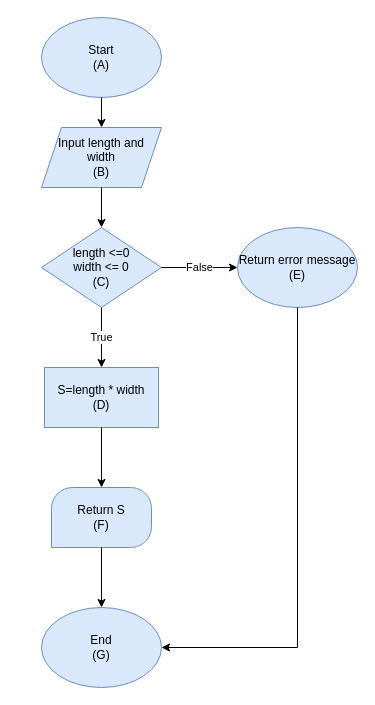
ChuTu15/kiemthu keeps this draw.io diagram as kiemthudongdieukien/CFP.drawio. Above is the earlier version. Source tidied: cells renumbered, new cells numbered last; positions are measured from the earlier drawing's top-left corner, leaving out a move shared by most shapes. Both pictures are drawn from the tidied source at 100%, with x=0, y=0 at pixel (41, 17).
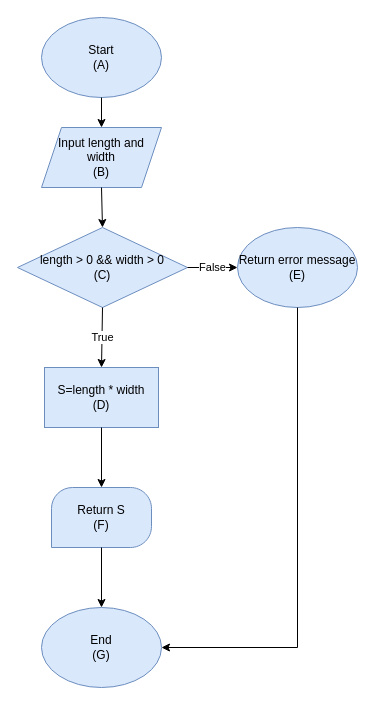
The same diagram, later.

The edit, as a diff of the source:
```diff
@@
 <mxGraphModel>
   <root>
     <mxCell id="0" />
     <mxCell id="1" parent="0" />
     <mxCell id="2" value="Start&lt;br&gt;(A)" style="ellipse;whiteSpace=wrap;html=1;fillColor=#dae8fc;strokeColor=#6c8ebf;" parent="1" vertex="1">
       <mxGeometry width="120" height="80" as="geometry" />
     </mxCell>
     <mxCell id="3" value="Input length and&lt;br&gt;width&lt;br&gt;(B)" style="shape=parallelogram;perimeter=parallelogramPerimeter;whiteSpace=wrap;html=1;fixedSize=1;fillColor=#dae8fc;strokeColor=#6c8ebf;" parent="1" vertex="1">
       <mxGeometry y="110" width="120" height="60" as="geometry" />
     </mxCell>
     <mxCell id="4" style="endArrow=classic;html=1;rounded=0;exitX=0.5;exitY=1;exitDx=0;exitDy=0;entryX=0.5;entryY=0;entryDx=0;entryDy=0;" parent="1" edge="1" source="2" target="3">
       <mxGeometry relative="1" as="geometry" />
     </mxCell>
-    <mxCell id="5" value="length &amp;lt;=0&lt;br&gt;width &amp;lt;= 0&lt;br&gt;(C)" style="rhombus;whiteSpace=wrap;html=1;fillColor=#dae8fc;strokeColor=#6c8ebf;" parent="1" vertex="1">
-      <mxGeometry y="210" width="120" height="80" as="geometry" />
+    <mxCell id="5" value="length &amp;gt; 0 &amp;amp;&amp;amp; width &amp;gt; 0&lt;br&gt;(C)" style="rhombus;whiteSpace=wrap;html=1;fillColor=#dae8fc;strokeColor=#6c8ebf;" parent="1" vertex="1">
+      <mxGeometry x="-24" y="210" width="170" height="80" as="geometry" />
     </mxCell>
     <mxCell id="6" style="endArrow=classic;html=1;rounded=0;exitX=0.5;exitY=1;exitDx=0;exitDy=0;entryX=0.5;entryY=0;entryDx=0;entryDy=0;" parent="1" edge="1" source="3" target="5">
       <mxGeometry relative="1" as="geometry" />
     </mxCell>
     <mxCell id="7" value="False" style="endArrow=classic;html=1;rounded=0;exitX=1;exitY=0.5;exitDx=0;exitDy=0;" parent="1" edge="1" source="5" target="8">
       <mxGeometry relative="1" as="geometry" />
     </mxCell>
     <mxCell id="8" value="Return error message&lt;br&gt;(E)" style="ellipse;whiteSpace=wrap;html=1;fillColor=#dae8fc;strokeColor=#6c8ebf;" parent="1" vertex="1">
       <mxGeometry x="196" y="210" width="120" height="80" as="geometry" />
     </mxCell>
     <mxCell id="9" value="True" style="endArrow=classic;html=1;rounded=0;exitX=0.5;exitY=1;exitDx=0;exitDy=0;entryX=0.5;entryY=0;entryDx=0;entryDy=0;" parent="1" edge="1" source="5" target="10">
       <mxGeometry relative="1" as="geometry" />
     </mxCell>
     <mxCell id="10" value="S=length * width&lt;br&gt;(D)" style="rounded=0;whiteSpace=wrap;html=1;fillColor=#dae8fc;strokeColor=#6c8ebf;" parent="1" vertex="1">
       <mxGeometry x="3" y="350" width="114" height="60" as="geometry" />
     </mxCell>
     <mxCell id="11" value="Return S&lt;br&gt;(F)" style="verticalLabelPosition=middle;verticalAlign=middle;html=1;shape=mxgraph.basic.three_corner_round_rect;dx=10.48;whiteSpace=wrap;fillColor=#dae8fc;strokeColor=#6c8ebf;labelPosition=center;align=center;" parent="1" vertex="1">
       <mxGeometry x="10" y="470" width="100" height="60" as="geometry" />
     </mxCell>
     <mxCell id="12" style="endArrow=classic;html=1;rounded=0;exitX=0.5;exitY=1;exitDx=0;exitDy=0;entryX=0.5;entryY=0;entryDx=0;entryDy=0;entryPerimeter=0;" parent="1" edge="1" source="10" target="11">
       <mxGeometry relative="1" as="geometry" />
     </mxCell>
     <mxCell id="13" value="End&lt;br&gt;(G)" style="ellipse;whiteSpace=wrap;html=1;fillColor=#dae8fc;strokeColor=#6c8ebf;" parent="1" vertex="1">
       <mxGeometry y="590" width="120" height="80" as="geometry" />
     </mxCell>
     <mxCell id="14" style="endArrow=classic;html=1;rounded=0;exitX=0.5;exitY=1;exitDx=0;exitDy=0;exitPerimeter=0;entryX=0.5;entryY=0;entryDx=0;entryDy=0;" parent="1" edge="1" source="11" target="13">
       <mxGeometry relative="1" as="geometry" />
     </mxCell>
     <mxCell id="15" style="endArrow=classic;html=1;rounded=0;exitX=0.5;exitY=1;exitDx=0;exitDy=0;entryX=1;entryY=0.5;entryDx=0;entryDy=0;" parent="1" edge="1" source="8" target="13">
       <mxGeometry relative="1" as="geometry">
         <Array as="points">
           <mxPoint x="256" y="630" />
         </Array>
       </mxGeometry>
     </mxCell>
   </root>
 </mxGraphModel>
```
